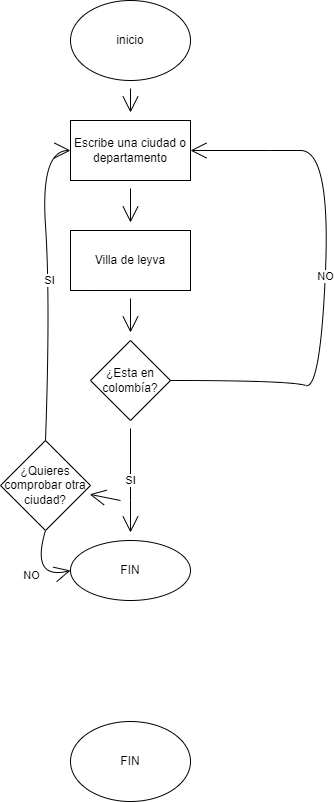
The draw.io diagram Untitled Diagram.drawio.png in Exsamairen/curso-pensamiento-logico, before a commit. Source tidied: cells renumbered, new cells last; positions are measured from the earlier drawing's top-left corner, leaving out a move shared by most shapes.
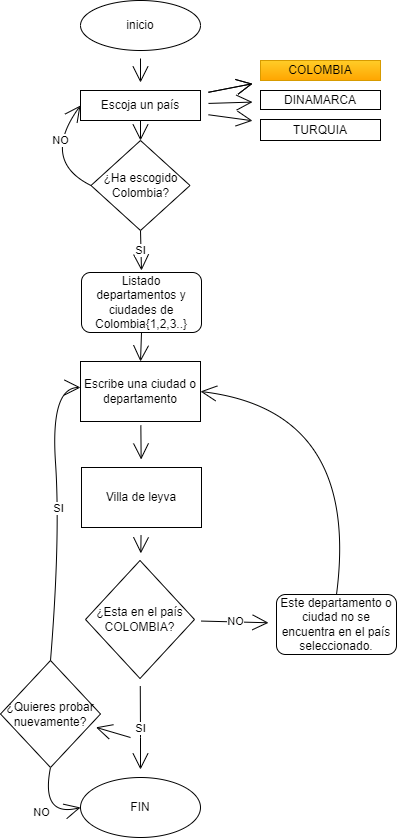
Later version of the same file.

Change to the diagram source:
```diff
@@ -2,72 +2,124 @@
   <root>
     <mxCell id="0" />
     <mxCell id="1" parent="0" />
-    <mxCell id="2" style="edgeStyle=none;curved=1;rounded=0;jettySize=auto;html=1;endArrow=open;startSize=14;endSize=14;sourcePerimeterSpacing=8;targetPerimeterSpacing=8;" parent="1" edge="1" source="3" target="6">
-      <mxGeometry relative="1" as="geometry" />
-    </mxCell>
+    <mxCell id="17" style="edgeStyle=none;curved=1;rounded=0;jettySize=auto;html=1;endArrow=open;startSize=14;endSize=14;sourcePerimeterSpacing=8;targetPerimeterSpacing=8;" parent="1" edge="1" source="3" target="24">
+      <mxGeometry relative="1" as="geometry" />
+    </mxCell>
     <mxCell id="3" value="inicio" style="ellipse;whiteSpace=wrap;html=1;" parent="1" vertex="1">
-      <mxGeometry x="70" width="120" height="80" as="geometry" />
+      <mxGeometry x="70" y="30" width="120" height="50" as="geometry" />
     </mxCell>
-    <mxCell id="4" value="FIN" style="ellipse;whiteSpace=wrap;html=1;" parent="1" vertex="1">
-      <mxGeometry x="70" y="721" width="120" height="80" as="geometry" />
-    </mxCell>
-    <mxCell id="5" style="edgeStyle=none;curved=1;rounded=0;jettySize=auto;html=1;endArrow=open;startSize=14;endSize=14;sourcePerimeterSpacing=8;targetPerimeterSpacing=8;" parent="1" edge="1" source="6" target="8">
-      <mxGeometry relative="1" as="geometry" />
+    <mxCell id="5" style="edgeStyle=none;curved=1;rounded=0;jettySize=auto;html=1;endArrow=open;startSize=14;endSize=14;sourcePerimeterSpacing=8;targetPerimeterSpacing=8;" parent="1" edge="1" target="8">
+      <mxGeometry relative="1" as="geometry">
+        <mxPoint x="130.3" y="455" as="sourcePoint" />
+      </mxGeometry>
     </mxCell>
     <mxCell id="6" value="Escribe una ciudad o departamento" style="whiteSpace=wrap;html=1;hachureGap=4;" parent="1" vertex="1">
-      <mxGeometry x="70" y="120" width="120" height="60" as="geometry" />
+      <mxGeometry x="70" y="391" width="120" height="60" as="geometry" />
     </mxCell>
     <mxCell id="7" style="edgeStyle=none;curved=1;rounded=0;jettySize=auto;html=1;endArrow=open;startSize=14;endSize=14;sourcePerimeterSpacing=8;targetPerimeterSpacing=8;" parent="1" edge="1" source="8" target="12">
       <mxGeometry relative="1" as="geometry" />
     </mxCell>
     <mxCell id="8" value="Villa de leyva" style="whiteSpace=wrap;html=1;hachureGap=4;" parent="1" vertex="1">
-      <mxGeometry x="70" y="230" width="120" height="60" as="geometry" />
+      <mxGeometry x="71" y="497" width="120" height="60" as="geometry" />
     </mxCell>
     <mxCell id="9" value="SI" style="edgeStyle=none;curved=1;rounded=0;jettySize=auto;html=1;endArrow=open;startSize=14;endSize=14;sourcePerimeterSpacing=8;targetPerimeterSpacing=8;" parent="1" edge="1" source="12" target="13">
       <mxGeometry relative="1" as="geometry">
         <Array as="points">
-          <mxPoint x="130" y="500" />
+          <mxPoint x="130" y="767" />
         </Array>
       </mxGeometry>
     </mxCell>
-    <mxCell id="10" value="NO" style="edgeStyle=none;curved=1;rounded=0;jettySize=auto;html=1;endArrow=open;startSize=14;endSize=14;sourcePerimeterSpacing=8;targetPerimeterSpacing=8;entryX=1;entryY=0.5;entryDx=0;entryDy=0;exitX=1;exitY=0.5;exitDx=0;exitDy=0;" parent="1" edge="1" source="12" target="6">
-      <mxGeometry relative="1" as="geometry">
-        <Array as="points">
-          <mxPoint x="290" y="380" />
-          <mxPoint x="320" y="390" />
-          <mxPoint x="330" y="150" />
-          <mxPoint x="270" y="150" />
-        </Array>
-      </mxGeometry>
-    </mxCell>
     <mxCell id="11" style="edgeStyle=none;curved=1;rounded=0;jettySize=auto;html=1;endArrow=open;startSize=14;endSize=14;sourcePerimeterSpacing=8;targetPerimeterSpacing=8;" parent="1" edge="1" target="15">
       <mxGeometry relative="1" as="geometry">
-        <mxPoint x="120" y="500" as="sourcePoint" />
+        <mxPoint x="120" y="767" as="sourcePoint" />
       </mxGeometry>
     </mxCell>
+    <mxCell id="18" value="NO" style="edgeStyle=none;curved=1;rounded=0;jettySize=auto;html=1;endArrow=open;startSize=14;endSize=14;sourcePerimeterSpacing=8;targetPerimeterSpacing=8;" parent="1" edge="1" source="12" target="34">
+      <mxGeometry relative="1" as="geometry" />
+    </mxCell>
-    <mxCell id="12" value="¿Esta en colombía?" style="rhombus;whiteSpace=wrap;html=1;hachureGap=4;" parent="1" vertex="1">
-      <mxGeometry x="90" y="340" width="80" height="80" as="geometry" />
+    <mxCell id="12" value="¿Esta en el país COLOMBIA?" style="rhombus;whiteSpace=wrap;html=1;hachureGap=4;" parent="1" vertex="1">
+      <mxGeometry x="75" y="590" width="109" height="118" as="geometry" />
     </mxCell>
     <mxCell id="13" value="FIN" style="ellipse;whiteSpace=wrap;html=1;hachureGap=4;" parent="1" vertex="1">
-      <mxGeometry x="70" y="540" width="120" height="60" as="geometry" />
+      <mxGeometry x="70" y="807" width="120" height="60" as="geometry" />
     </mxCell>
-    <mxCell id="14" value="SI" style="edgeStyle=none;curved=1;rounded=0;jettySize=auto;html=1;exitX=0.5;exitY=0;exitDx=0;exitDy=0;endArrow=open;startSize=14;endSize=14;sourcePerimeterSpacing=8;targetPerimeterSpacing=8;entryX=0;entryY=0.5;entryDx=0;entryDy=0;" parent="1" edge="1" source="15" target="6">
+    <mxCell id="14" value="SI" style="edgeStyle=none;curved=1;rounded=0;jettySize=auto;html=1;exitX=0.5;exitY=0;exitDx=0;exitDy=0;endArrow=open;startSize=14;endSize=14;sourcePerimeterSpacing=8;targetPerimeterSpacing=8;entryX=0;entryY=0.5;entryDx=0;entryDy=0;" parent="1" edge="1" source="15">
       <mxGeometry relative="1" as="geometry">
+        <mxPoint x="70" y="417" as="targetPoint" />
         <Array as="points">
-          <mxPoint x="50" y="300" />
-          <mxPoint x="40" y="150" />
+          <mxPoint x="50" y="567" />
+          <mxPoint x="40" y="417" />
         </Array>
       </mxGeometry>
     </mxCell>
-    <mxCell id="15" value="¿Quieres comprobar otra ciudad?" style="rhombus;whiteSpace=wrap;html=1;hachureGap=4;" parent="1" vertex="1">
-      <mxGeometry y="440" width="90" height="90" as="geometry" />
+    <mxCell id="15" value="¿Quieres probar nuevamente?" style="rhombus;whiteSpace=wrap;html=1;hachureGap=4;" parent="1" vertex="1">
+      <mxGeometry x="-10" y="690" width="100" height="107" as="geometry" />
     </mxCell>
     <mxCell id="16" value="NO" style="edgeStyle=none;jettySize=auto;html=1;rounded=0;endArrow=open;startSize=14;endSize=14;sourcePerimeterSpacing=8;targetPerimeterSpacing=8;curved=1;exitX=0.5;exitY=1;exitDx=0;exitDy=0;entryX=0;entryY=0.5;entryDx=0;entryDy=0;" parent="1" edge="1" source="15" target="13">
       <mxGeometry relative="1" as="geometry">
         <Array as="points">
-          <mxPoint x="30" y="580" />
+          <mxPoint x="30" y="847" />
         </Array>
       </mxGeometry>
     </mxCell>
+    <mxCell id="19" style="edgeStyle=none;curved=1;rounded=0;jettySize=auto;html=1;endArrow=open;startSize=14;endSize=14;sourcePerimeterSpacing=8;targetPerimeterSpacing=8;" parent="1" edge="1" source="24" target="25">
+      <mxGeometry relative="1" as="geometry" />
+    </mxCell>
+    <mxCell id="20" style="edgeStyle=none;curved=1;rounded=0;jettySize=auto;html=1;endArrow=open;startSize=14;endSize=14;sourcePerimeterSpacing=8;targetPerimeterSpacing=8;" parent="1" edge="1" source="24" target="25">
+      <mxGeometry relative="1" as="geometry" />
+    </mxCell>
+    <mxCell id="21" style="edgeStyle=none;curved=1;rounded=0;jettySize=auto;html=1;endArrow=open;startSize=14;endSize=14;sourcePerimeterSpacing=8;targetPerimeterSpacing=8;" parent="1" edge="1" source="24" target="26">
+      <mxGeometry relative="1" as="geometry" />
+    </mxCell>
+    <mxCell id="22" style="edgeStyle=none;curved=1;rounded=0;jettySize=auto;html=1;endArrow=open;startSize=14;endSize=14;sourcePerimeterSpacing=8;targetPerimeterSpacing=8;" parent="1" edge="1" source="24" target="27">
+      <mxGeometry relative="1" as="geometry" />
+    </mxCell>
+    <mxCell id="23" style="edgeStyle=none;curved=1;rounded=0;jettySize=auto;html=1;exitX=0.5;exitY=1;exitDx=0;exitDy=0;entryX=0.5;entryY=0;entryDx=0;entryDy=0;endArrow=open;startSize=14;endSize=14;sourcePerimeterSpacing=8;targetPerimeterSpacing=8;" parent="1" edge="1" source="24" target="29">
+      <mxGeometry relative="1" as="geometry" />
+    </mxCell>
+    <mxCell id="24" value="Escoja un país" style="rounded=0;whiteSpace=wrap;html=1;hachureGap=4;" parent="1" vertex="1">
+      <mxGeometry x="70" y="120" width="120" height="30" as="geometry" />
+    </mxCell>
+    <mxCell id="25" value="COLOMBIA" style="whiteSpace=wrap;html=1;hachureGap=4;fillColor=#ffcd28;strokeColor=#d79b00;gradientColor=#ffa500;" parent="1" vertex="1">
+      <mxGeometry x="250" y="90" width="120" height="20" as="geometry" />
+    </mxCell>
+    <mxCell id="26" value="DINAMARCA" style="whiteSpace=wrap;html=1;hachureGap=4;" parent="1" vertex="1">
+      <mxGeometry x="250" y="120" width="120" height="19" as="geometry" />
+    </mxCell>
+    <mxCell id="27" value="TURQUIA" style="whiteSpace=wrap;html=1;hachureGap=4;" parent="1" vertex="1">
+      <mxGeometry x="250" y="149" width="120" height="21" as="geometry" />
+    </mxCell>
+    <mxCell id="28" value="SI" style="edgeStyle=none;curved=1;rounded=0;jettySize=auto;html=1;exitX=0.5;exitY=1;exitDx=0;exitDy=0;endArrow=open;startSize=14;endSize=14;sourcePerimeterSpacing=8;targetPerimeterSpacing=8;" parent="1" edge="1" source="29">
+      <mxGeometry relative="1" as="geometry">
+        <mxPoint x="131" y="300" as="targetPoint" />
+      </mxGeometry>
+    </mxCell>
+    <mxCell id="29" value="¿Ha escogido Colombia?" style="rhombus;whiteSpace=wrap;html=1;hachureGap=4;" parent="1" vertex="1">
+      <mxGeometry x="80.5" y="170" width="99" height="90" as="geometry" />
+    </mxCell>
+    <mxCell id="30" value="NO" style="edgeStyle=none;jettySize=auto;html=1;rounded=0;endArrow=open;startSize=14;endSize=14;sourcePerimeterSpacing=8;targetPerimeterSpacing=8;curved=1;entryX=0;entryY=0.5;entryDx=0;entryDy=0;exitX=0;exitY=0.5;exitDx=0;exitDy=0;" parent="1" edge="1" source="29" target="24">
+      <mxGeometry x="0.36" y="-4" relative="1" as="geometry">
+        <Array as="points">
+          <mxPoint x="30" y="190" />
+        </Array>
+        <mxPoint x="1" as="offset" />
+      </mxGeometry>
+    </mxCell>
+    <mxCell id="31" value="Listado departamentos y ciudades de Colombia{1,2,3..}" style="rounded=1;whiteSpace=wrap;html=1;hachureGap=4;" parent="1" vertex="1">
+      <mxGeometry x="71" y="302" width="120" height="60" as="geometry" />
+    </mxCell>
+    <mxCell id="32" style="edgeStyle=none;jettySize=auto;html=1;rounded=0;endArrow=open;startSize=14;endSize=14;sourcePerimeterSpacing=8;targetPerimeterSpacing=8;curved=1;exitX=0.5;exitY=1;exitDx=0;exitDy=0;entryX=0.5;entryY=0;entryDx=0;entryDy=0;" parent="1" edge="1" source="31" target="6">
+      <mxGeometry relative="1" as="geometry" />
+    </mxCell>
+    <mxCell id="33" style="edgeStyle=none;curved=1;rounded=0;jettySize=auto;html=1;exitX=0.5;exitY=0;exitDx=0;exitDy=0;entryX=1;entryY=0.5;entryDx=0;entryDy=0;endArrow=open;startSize=14;endSize=14;sourcePerimeterSpacing=8;targetPerimeterSpacing=8;" parent="1" edge="1" source="34" target="6">
+      <mxGeometry relative="1" as="geometry">
+        <Array as="points">
+          <mxPoint x="350" y="440" />
+        </Array>
+      </mxGeometry>
+    </mxCell>
+    <mxCell id="34" value="&lt;span style=&quot;&quot;&gt;Este departamento o ciudad no se encuentra en el país seleccionado.&lt;/span&gt;" style="rounded=1;whiteSpace=wrap;html=1;hachureGap=4;" parent="1" vertex="1">
+      <mxGeometry x="266" y="624" width="120" height="60" as="geometry" />
+    </mxCell>
   </root>
 </mxGraphModel>
```
